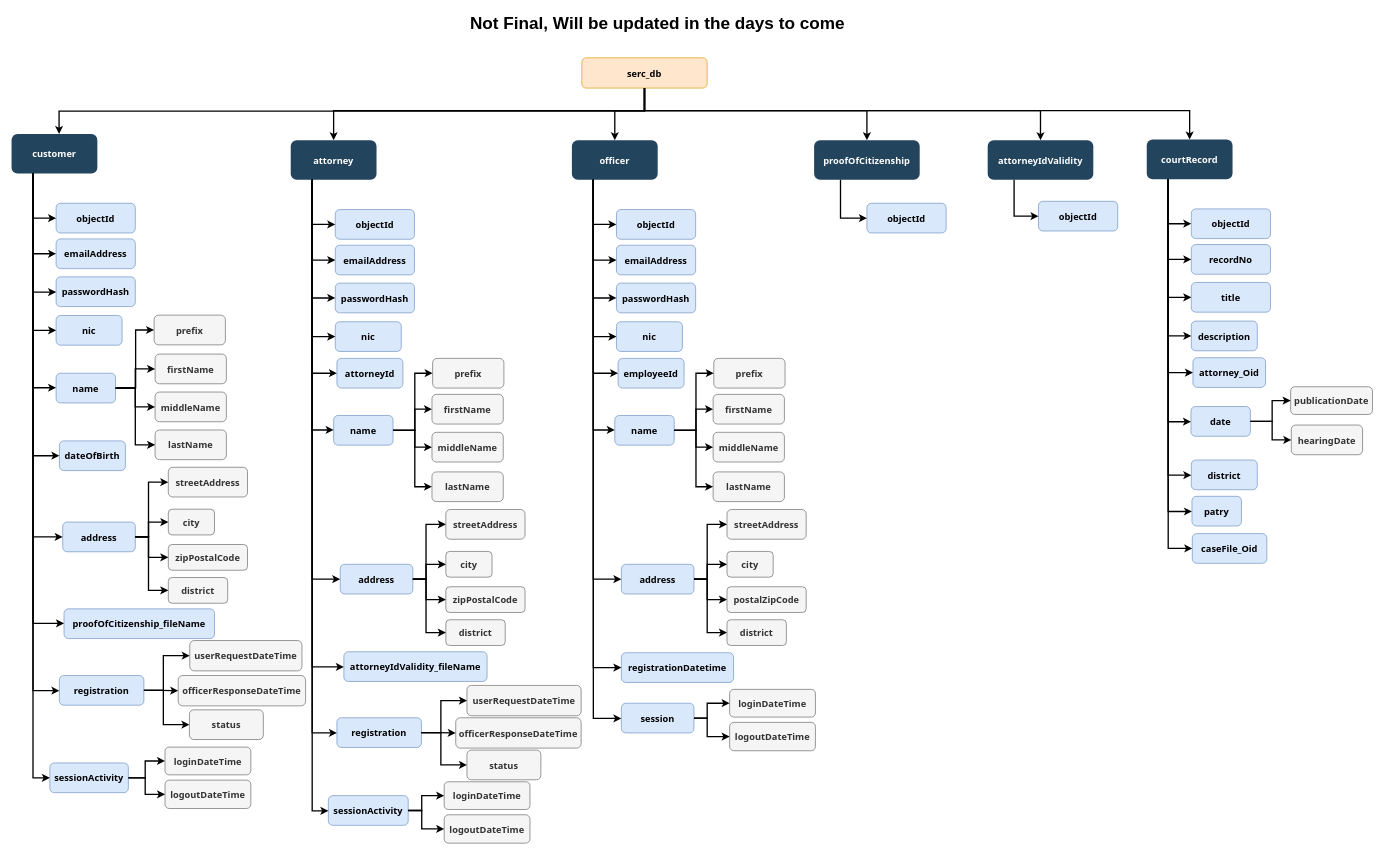
This is page "DATABASE HIERARCHY" (2 of 4) of Common Workspace/Diagrams/JAVA DIAGRAMS.drawio from LRANUL/UOP_SE_Y2S2-SOFT255SL_SOFTWARE_ENIGINEERING_FOR_THE_INTERNET_USING_JAVA, a draw.io file, before an edit. Source tidied: cells renumbered, new cells numbered last; positions are measured from the earlier drawing's top-left corner, leaving out a move shared by most shapes. Both pictures are drawn from the tidied source at 66%, with x=0, y=0 at pixel (11, 11).
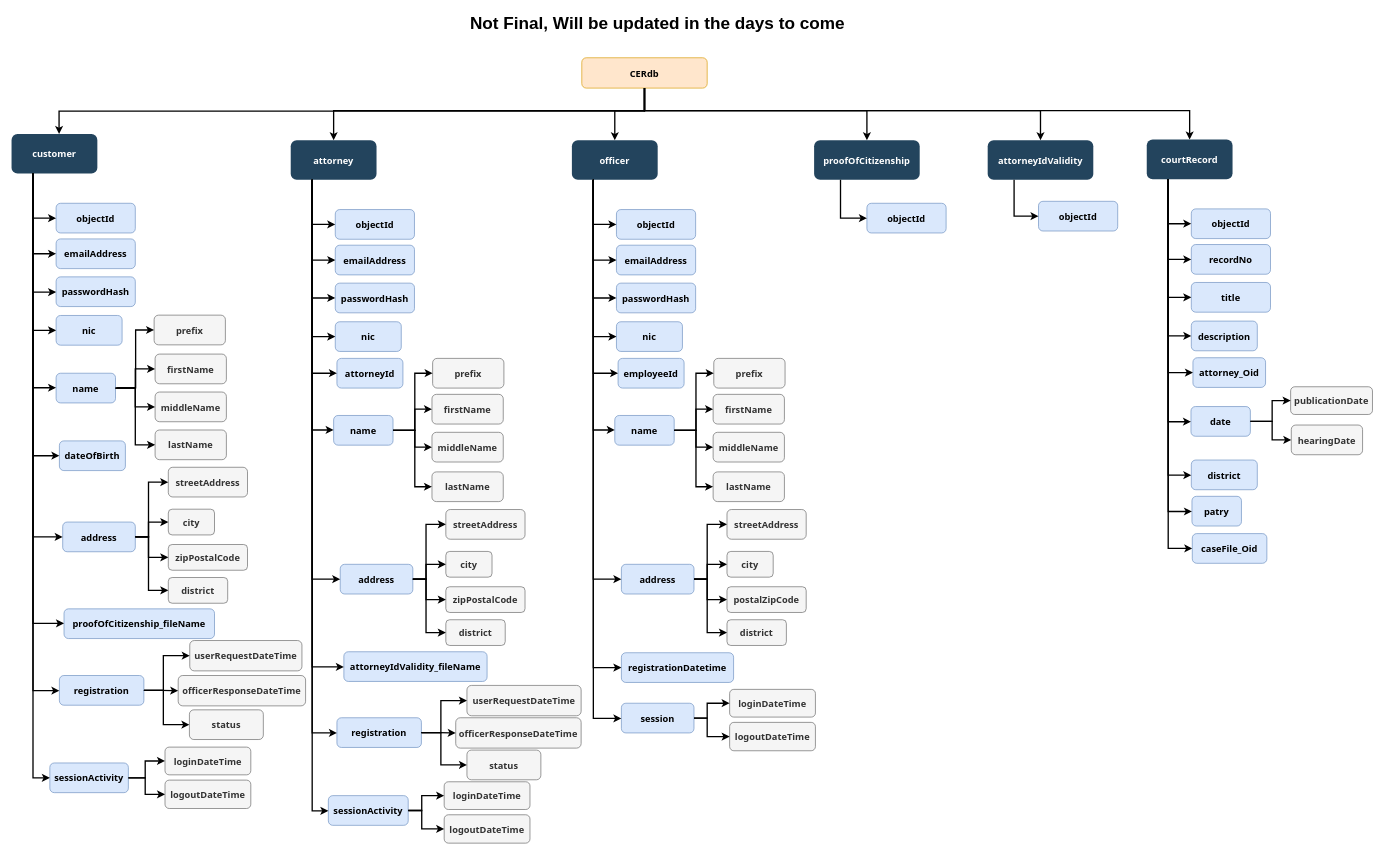
The same diagram, later.

Diff of the diagram source:
```diff
@@
-    <mxCell id="2" value="serc_db" style="rounded=1;fillColor=#ffe6cc;fontStyle=1;fontFamily=Tahoma;fontSize=14;strokeColor=#d79b00;" parent="1" vertex="1">
+    <mxCell id="2" value="CERdb" style="rounded=1;fillColor=#ffe6cc;fontStyle=1;fontFamily=Tahoma;fontSize=14;strokeColor=#d79b00;" parent="1" vertex="1">
       <mxGeometry x="864" y="70" width="190" height="46" as="geometry" />
     </mxCell>
```
